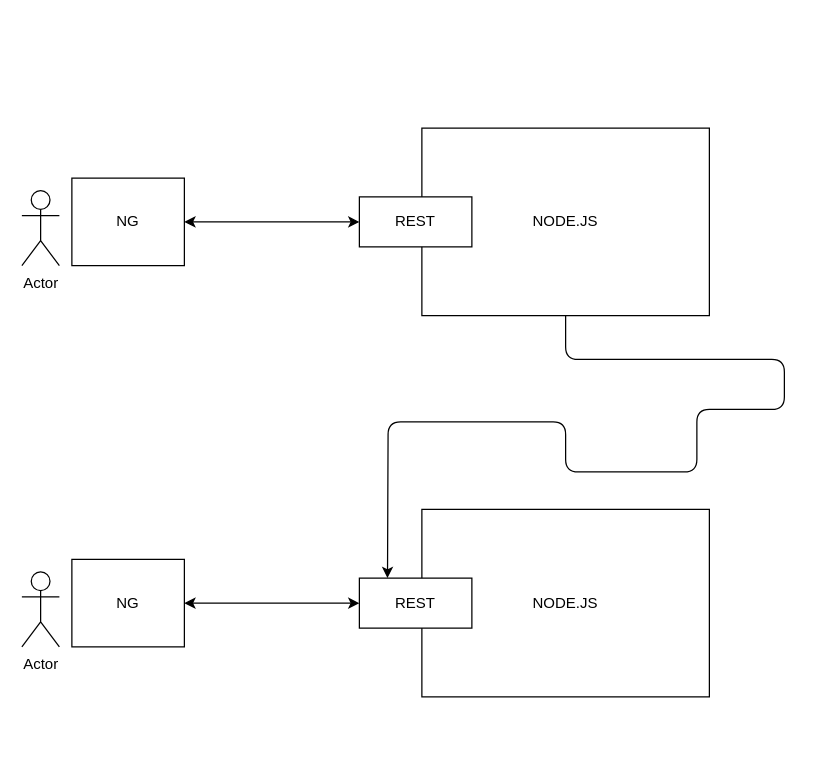
Before: page "Página-52" (52 of 52) of Dibujillos.drawio in lrag/MEAN_2021, a draw.io diagram. Source tidied: cells renumbered, new cells numbered last; positions are measured from the earlier drawing's top-left corner, leaving out a move shared by most shapes. Both pictures are drawn from the tidied source at 125%, with x=0, y=0 at pixel (21, 128).
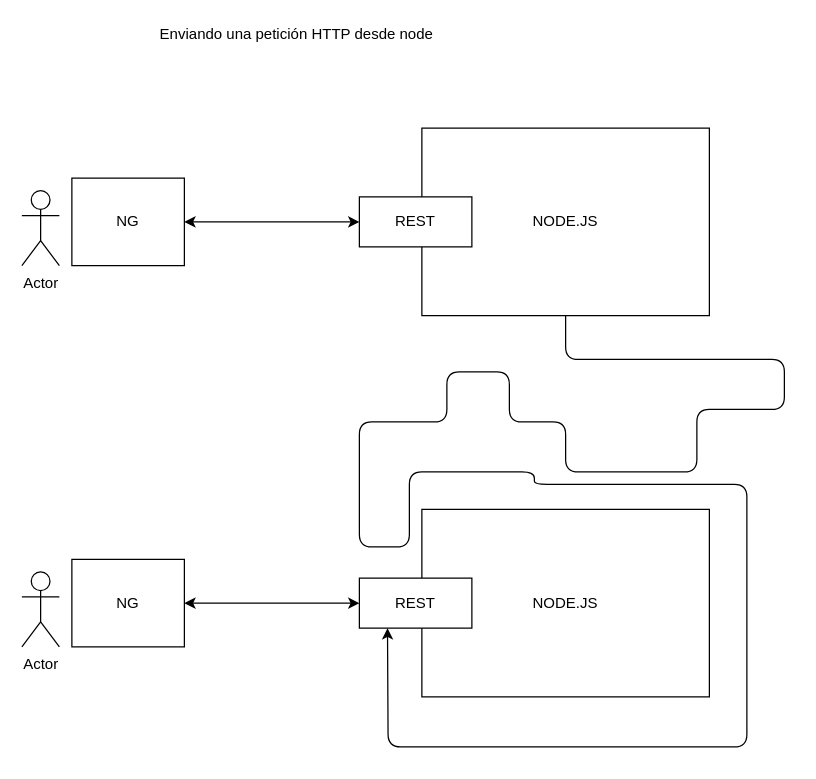
Above is the later version.

Unchanged cells that the change refers to:
```xml
<mxCell id="4" value="NODE.JS" style="rounded=0;whiteSpace=wrap;html=1;" parent="1" vertex="1">
  <mxGeometry x="320" width="230" height="150" as="geometry" />
</mxCell>
<mxCell id="8" value="REST" style="rounded=0;whiteSpace=wrap;html=1;" parent="1" vertex="1">
  <mxGeometry x="270" y="360" width="90" height="40" as="geometry" />
</mxCell>
```

What changed in the source:
```diff
@@
-    <mxCell id="12" style="endArrow=classic;html=1;exitX=0.5;exitY=1;exitDx=0;exitDy=0;entryX=0.25;entryY=0;entryDx=0;entryDy=0;" parent="1" edge="1" source="4" target="8">
+    <mxCell id="12" style="endArrow=classic;html=1;exitX=0.5;exitY=1;exitDx=0;exitDy=0;entryX=0.25;entryY=1;entryDx=0;entryDy=0;" parent="1" edge="1" source="4" target="8">
       <mxGeometry relative="1" as="geometry">
         <Array as="points">
           <mxPoint x="435" y="185" />
           <mxPoint x="610" y="185" />
           <mxPoint x="610" y="225" />
           <mxPoint x="540" y="225" />
           <mxPoint x="540" y="275" />
           <mxPoint x="435" y="275" />
           <mxPoint x="435" y="235" />
-          <mxPoint x="293" y="235" />
+          <mxPoint x="390" y="235" />
+          <mxPoint x="390" y="195" />
+          <mxPoint x="340" y="195" />
+          <mxPoint x="340" y="235" />
+          <mxPoint x="270" y="235" />
+          <mxPoint x="270" y="335" />
+          <mxPoint x="310" y="335" />
+          <mxPoint x="310" y="275" />
+          <mxPoint x="410" y="275" />
+          <mxPoint x="410" y="285" />
+          <mxPoint x="580" y="285" />
+          <mxPoint x="580" y="495" />
+          <mxPoint x="293" y="495" />
         </Array>
       </mxGeometry>
     </mxCell>
+    <mxCell id="13" value="Enviando una petición HTTP desde node" style="text;html=1;strokeColor=none;fillColor=none;align=center;verticalAlign=middle;whiteSpace=wrap;rounded=0;" parent="1" vertex="1">
+      <mxGeometry x="30" y="-85" width="380" height="20" as="geometry" />
+    </mxCell>
```
